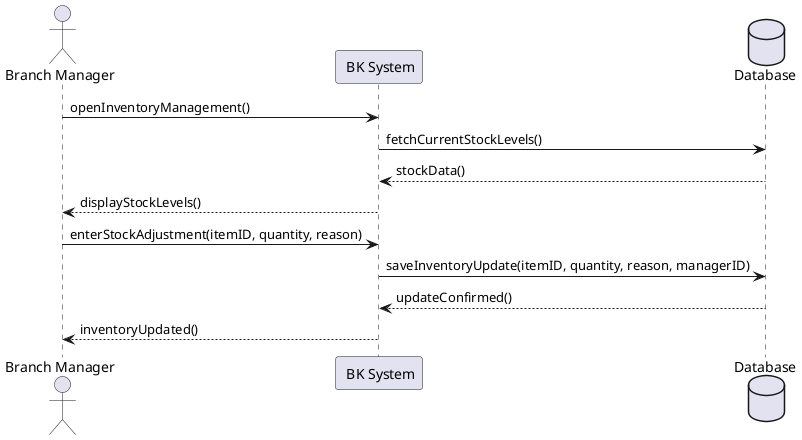
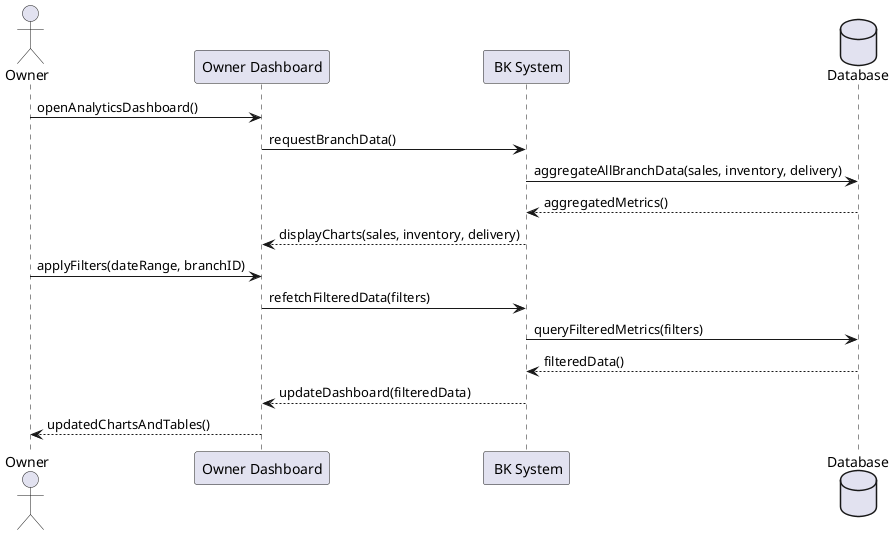
@startuml

- actor "Branch Manager" as Manager
- 
+ actor "Owner" as Owner
+ participant "Owner Dashboard" as Dashboard
participant " BK System" as System
database " Database" as DB

- Manager -> System : openInventoryManagement()
+ Owner -> Dashboard : openAnalyticsDashboard()

- System -> DB : fetchCurrentStockLevels()
- DB --> System : stockData()
+ Dashboard -> System : requestBranchData()
+ System -> DB : aggregateAllBranchData(sales, inventory, delivery)
+ DB --> System : aggregatedMetrics()
+ System --> Dashboard : displayCharts(sales, inventory, delivery)

- System --> Manager : displayStockLevels()
+ Owner -> Dashboard : applyFilters(dateRange, branchID)
+ Dashboard -> System : refetchFilteredData(filters)
+ System -> DB : queryFilteredMetrics(filters)
+ DB --> System : filteredData()
+ System --> Dashboard : updateDashboard(filteredData)

- Manager -> System : enterStockAdjustment(itemID, quantity, reason)
- 
- System -> DB : saveInventoryUpdate(itemID, quantity, reason, managerID)
- DB --> System : updateConfirmed()
- 
- System --> Manager : inventoryUpdated()
+ Dashboard --> Owner : updatedChartsAndTables()

@enduml